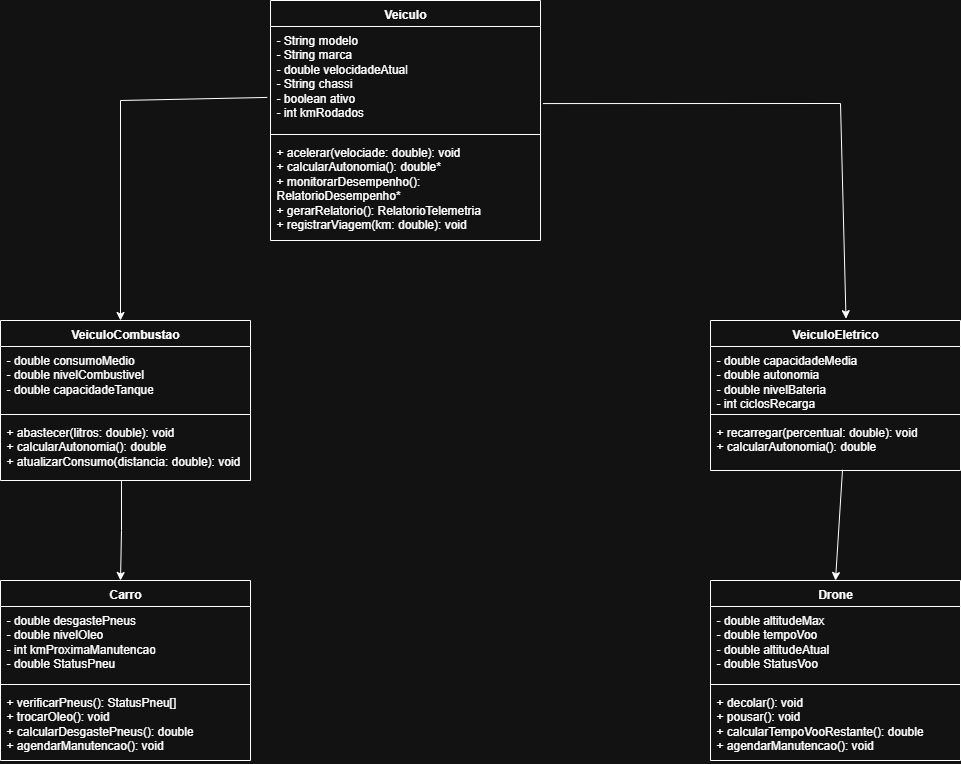
Above: UML.png in otaviotemoteo/vehicle_monitoring (draw.io), before the change. Source tidied: cells renumbered, new cells last; positions are measured from the earlier drawing's top-left corner, leaving out a move shared by most shapes.
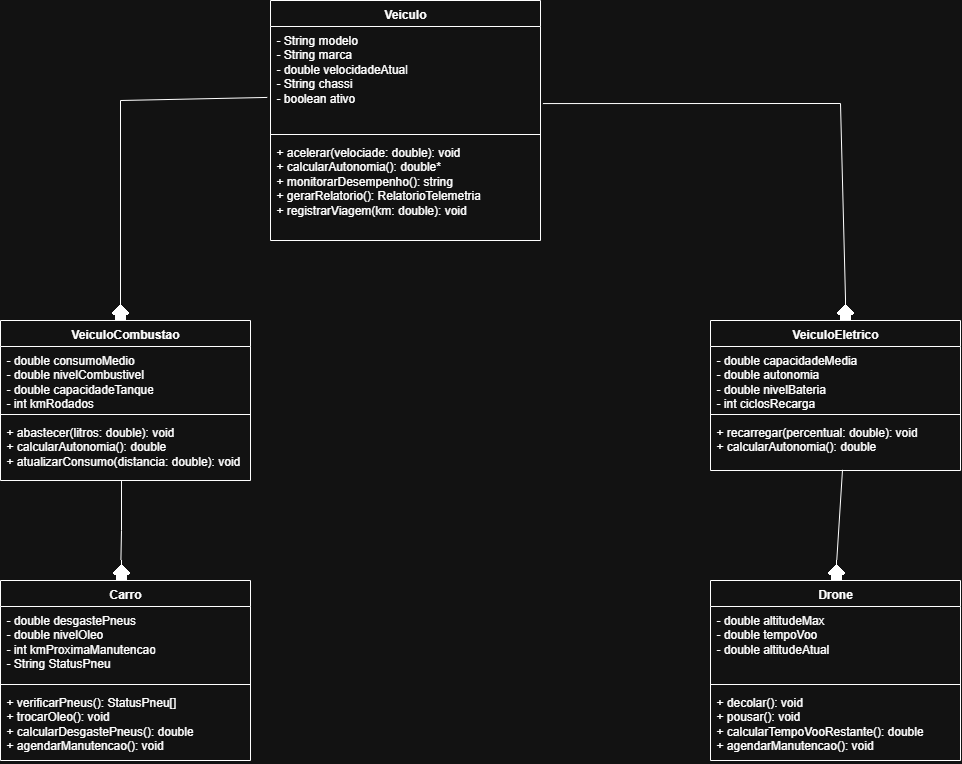
After the commit.

What changed in the source:
```diff
@@ -5,36 +5,36 @@
     <mxCell id="2" value="Veiculo" style="swimlane;fontStyle=1;align=center;verticalAlign=top;horizontal=1;startSize=26;whiteSpace=wrap;html=1;" parent="1" vertex="1">
       <mxGeometry x="270" width="270" height="240" as="geometry" />
     </mxCell>
-    <mxCell id="3" value="- String modelo&lt;div&gt;- String marca&lt;/div&gt;&lt;div&gt;- double velocidadeAtual&lt;div&gt;- String chassi&lt;/div&gt;&lt;div&gt;- boolean ativo&lt;div&gt;- int kmRodados&lt;/div&gt;&lt;div&gt;&lt;br&gt;&lt;/div&gt;&lt;/div&gt;&lt;/div&gt;&lt;div&gt;&lt;br&gt;&lt;/div&gt;" style="text;strokeColor=none;fillColor=none;align=left;verticalAlign=top;spacingLeft=4;spacingRight=4;overflow=hidden;points=[[0,0.5],[1,0.5]];portConstraint=eastwest;whiteSpace=wrap;html=1;" parent="2" vertex="1">
-      <mxGeometry y="26" width="270" height="104" as="geometry" />
-    </mxCell>
+    <mxCell id="26" value="- String modelo&lt;div&gt;- String marca&lt;/div&gt;&lt;div&gt;- double velocidadeAtual&lt;div&gt;- String chassi&lt;/div&gt;&lt;div&gt;- boolean ativo&lt;/div&gt;&lt;/div&gt;&lt;div&gt;&lt;br&gt;&lt;/div&gt;" style="text;strokeColor=none;fillColor=none;align=left;verticalAlign=top;spacingLeft=4;spacingRight=4;overflow=hidden;points=[[0,0.5],[1,0.5]];portConstraint=eastwest;whiteSpace=wrap;html=1;" parent="2" vertex="1">
+      <mxGeometry y="26" width="270" height="104" as="geometry" />
+    </mxCell>
     <mxCell id="4" style="line;strokeWidth=1;fillColor=none;align=left;verticalAlign=middle;spacingTop=-1;spacingLeft=3;spacingRight=3;labelPosition=right;strokeColor=inherit;" parent="2" vertex="1">
       <mxGeometry y="130" width="270" height="8" as="geometry" />
     </mxCell>
-    <mxCell id="5" value="+ acelerar(velociade: double): void&lt;div&gt;+ calcularAutonomia(): double*&lt;/div&gt;&lt;div&gt;+ monitorarDesempenho(): RelatorioDesempenho*&lt;/div&gt;&lt;div&gt;+ gerarRelatorio(): RelatorioTelemetria&lt;/div&gt;&lt;div&gt;+ registrarViagem(km: double): void&lt;/div&gt;" style="text;strokeColor=none;fillColor=none;align=left;verticalAlign=top;spacingLeft=4;spacingRight=4;overflow=hidden;whiteSpace=wrap;html=1;" parent="2" vertex="1">
-      <mxGeometry y="138" width="270" height="102" as="geometry" />
-    </mxCell>
+    <mxCell id="27" value="+ acelerar(velociade: double): void&lt;div&gt;+ calcularAutonomia(): double*&lt;/div&gt;&lt;div&gt;+ monitorarDesempenho(): string&lt;/div&gt;&lt;div&gt;+ gerarRelatorio(): RelatorioTelemetria&lt;/div&gt;&lt;div&gt;+ registrarViagem(km: double): void&lt;/div&gt;" style="text;strokeColor=none;fillColor=none;align=left;verticalAlign=top;spacingLeft=4;spacingRight=4;overflow=hidden;whiteSpace=wrap;html=1;" parent="2" vertex="1">
+      <mxGeometry y="138" width="270" height="102" as="geometry" />
+    </mxCell>
     <mxCell id="6" value="VeiculoCombustao" style="swimlane;fontStyle=1;align=center;verticalAlign=top;horizontal=1;startSize=26;whiteSpace=wrap;html=1;" parent="1" vertex="1">
       <mxGeometry y="320" width="250" height="160" as="geometry" />
     </mxCell>
-    <mxCell id="7" value="&lt;div&gt;- double consumoMedio&lt;/div&gt;&lt;div&gt;- double nivelCombustivel&lt;/div&gt;&lt;div&gt;- double capacidadeTanque&lt;/div&gt;" style="text;strokeColor=none;fillColor=none;align=left;verticalAlign=top;spacingLeft=4;spacingRight=4;overflow=hidden;whiteSpace=wrap;html=1;" parent="6" vertex="1">
-      <mxGeometry y="26" width="250" height="64" as="geometry" />
-    </mxCell>
-    <mxCell id="8" style="line;strokeWidth=1;fillColor=none;align=left;verticalAlign=middle;spacingTop=-1;spacingLeft=3;spacingRight=3;labelPosition=right;strokeColor=inherit;" parent="6" vertex="1">
-      <mxGeometry y="90" width="250" height="8" as="geometry" />
-    </mxCell>
+    <mxCell id="28" value="&lt;div&gt;- double consumoMedio&lt;/div&gt;&lt;div&gt;- double nivelCombustivel&lt;/div&gt;&lt;div&gt;- double capacidadeTanque&lt;/div&gt;&lt;div&gt;&lt;div&gt;- int kmRodados&lt;/div&gt;&lt;div&gt;&lt;br&gt;&lt;/div&gt;&lt;/div&gt;" style="text;strokeColor=none;fillColor=none;align=left;verticalAlign=top;spacingLeft=4;spacingRight=4;overflow=hidden;whiteSpace=wrap;html=1;" parent="6" vertex="1">
+      <mxGeometry y="26" width="250" height="64" as="geometry" />
+    </mxCell>
+    <mxCell id="29" style="line;strokeWidth=1;fillColor=none;align=left;verticalAlign=middle;spacingTop=-1;spacingLeft=3;spacingRight=3;labelPosition=right;strokeColor=inherit;" parent="6" vertex="1">
+      <mxGeometry y="90" width="250" height="8" as="geometry" />
+    </mxCell>
     <mxCell id="9" value="&lt;div&gt;+ abastecer(litros: double): void&lt;/div&gt;&lt;div&gt;+ calcularAutonomia(): double&lt;/div&gt;&lt;div&gt;&lt;span style=&quot;background-color: transparent; color: light-dark(rgb(0, 0, 0), rgb(255, 255, 255));&quot;&gt;+ atualizarConsumo(distancia: double): void&lt;/span&gt;&lt;/div&gt;" style="text;strokeColor=none;fillColor=none;align=left;verticalAlign=top;spacingLeft=4;spacingRight=4;overflow=hidden;points=[[0,0.5],[1,0.5]];portConstraint=eastwest;whiteSpace=wrap;html=1;" parent="6" vertex="1">
       <mxGeometry y="98" width="250" height="62" as="geometry" />
     </mxCell>
     <mxCell id="10" value="Carro" style="swimlane;fontStyle=1;align=center;verticalAlign=top;horizontal=1;startSize=26;whiteSpace=wrap;html=1;" parent="1" vertex="1">
       <mxGeometry y="580" width="250" height="180" as="geometry" />
     </mxCell>
-    <mxCell id="11" value="&lt;div&gt;- double desgastePneus&lt;/div&gt;&lt;div&gt;- double nivelOleo&lt;/div&gt;&lt;div&gt;- int kmProximaManutencao&lt;/div&gt;&lt;div&gt;- double StatusPneu&lt;/div&gt;" style="text;strokeColor=none;fillColor=none;align=left;verticalAlign=top;spacingLeft=4;spacingRight=4;overflow=hidden;whiteSpace=wrap;html=1;" parent="10" vertex="1">
-      <mxGeometry y="26" width="250" height="74" as="geometry" />
-    </mxCell>
-    <mxCell id="12" style="line;strokeWidth=1;fillColor=none;align=left;verticalAlign=middle;spacingTop=-1;spacingLeft=3;spacingRight=3;labelPosition=right;strokeColor=inherit;" parent="10" vertex="1">
-      <mxGeometry y="100" width="250" height="8" as="geometry" />
-    </mxCell>
+    <mxCell id="30" value="&lt;div&gt;- double desgastePneus&lt;/div&gt;&lt;div&gt;- double nivelOleo&lt;/div&gt;&lt;div&gt;- int kmProximaManutencao&lt;/div&gt;&lt;div&gt;- String StatusPneu&lt;/div&gt;" style="text;strokeColor=none;fillColor=none;align=left;verticalAlign=top;spacingLeft=4;spacingRight=4;overflow=hidden;whiteSpace=wrap;html=1;" parent="10" vertex="1">
+      <mxGeometry y="26" width="250" height="74" as="geometry" />
+    </mxCell>
+    <mxCell id="31" style="line;strokeWidth=1;fillColor=none;align=left;verticalAlign=middle;spacingTop=-1;spacingLeft=3;spacingRight=3;labelPosition=right;strokeColor=inherit;" parent="10" vertex="1">
+      <mxGeometry y="100" width="250" height="8" as="geometry" />
+    </mxCell>
     <mxCell id="13" value="&lt;div&gt;+ verificarPneus(): StatusPneu[]&lt;/div&gt;&lt;div&gt;+ trocarOleo(): void&lt;/div&gt;&lt;div&gt;+ calcularDesgastePneus(): double&lt;/div&gt;&lt;div&gt;+ agendarManutencao(): void&lt;/div&gt;" style="text;strokeColor=none;fillColor=none;align=left;verticalAlign=top;spacingLeft=4;spacingRight=4;overflow=hidden;whiteSpace=wrap;html=1;" parent="10" vertex="1">
       <mxGeometry y="108" width="250" height="72" as="geometry" />
     </mxCell>
@@ -44,45 +44,45 @@
     <mxCell id="15" value="&lt;div&gt;- double capacidadeMedia&lt;/div&gt;&lt;div&gt;- double autonomia&lt;/div&gt;&lt;div&gt;- double nivelBateria&lt;/div&gt;&lt;div&gt;- int ciclosRecarga&lt;/div&gt;" style="text;strokeColor=none;fillColor=none;align=left;verticalAlign=top;spacingLeft=4;spacingRight=4;overflow=hidden;whiteSpace=wrap;html=1;" parent="14" vertex="1">
       <mxGeometry y="26" width="250" height="64" as="geometry" />
     </mxCell>
-    <mxCell id="16" style="line;strokeWidth=1;fillColor=none;align=left;verticalAlign=middle;spacingTop=-1;spacingLeft=3;spacingRight=3;labelPosition=right;strokeColor=inherit;" parent="14" vertex="1">
-      <mxGeometry y="90" width="250" height="8" as="geometry" />
-    </mxCell>
+    <mxCell id="32" style="line;strokeWidth=1;fillColor=none;align=left;verticalAlign=middle;spacingTop=-1;spacingLeft=3;spacingRight=3;labelPosition=right;strokeColor=inherit;" parent="14" vertex="1">
+      <mxGeometry y="90" width="250" height="8" as="geometry" />
+    </mxCell>
     <mxCell id="17" value="&lt;div&gt;+ recarregar(percentual: double): void&lt;/div&gt;&lt;div&gt;+ calcularAutonomia(): double&lt;/div&gt;" style="text;strokeColor=none;fillColor=none;align=left;verticalAlign=top;spacingLeft=4;spacingRight=4;overflow=hidden;points=[[0,0.5],[1,0.5]];portConstraint=eastwest;whiteSpace=wrap;html=1;" parent="14" vertex="1">
       <mxGeometry y="98" width="250" height="52" as="geometry" />
     </mxCell>
     <mxCell id="18" value="Drone" style="swimlane;fontStyle=1;align=center;verticalAlign=top;horizontal=1;startSize=26;whiteSpace=wrap;html=1;" parent="1" vertex="1">
       <mxGeometry x="710" y="580" width="250" height="180" as="geometry" />
     </mxCell>
-    <mxCell id="19" value="&lt;div&gt;- double altitudeMax&lt;/div&gt;&lt;div&gt;- double tempoVoo&lt;/div&gt;&lt;div&gt;- double altitudeAtual&lt;/div&gt;&lt;div&gt;- double StatusVoo&lt;/div&gt;" style="text;strokeColor=none;fillColor=none;align=left;verticalAlign=top;spacingLeft=4;spacingRight=4;overflow=hidden;whiteSpace=wrap;html=1;" parent="18" vertex="1">
-      <mxGeometry y="26" width="250" height="74" as="geometry" />
-    </mxCell>
-    <mxCell id="20" style="line;strokeWidth=1;fillColor=none;align=left;verticalAlign=middle;spacingTop=-1;spacingLeft=3;spacingRight=3;labelPosition=right;strokeColor=inherit;" parent="18" vertex="1">
-      <mxGeometry y="100" width="250" height="8" as="geometry" />
-    </mxCell>
+    <mxCell id="33" value="&lt;div&gt;- double altitudeMax&lt;/div&gt;&lt;div&gt;- double tempoVoo&lt;/div&gt;&lt;div&gt;- double altitudeAtual&lt;/div&gt;" style="text;strokeColor=none;fillColor=none;align=left;verticalAlign=top;spacingLeft=4;spacingRight=4;overflow=hidden;whiteSpace=wrap;html=1;" parent="18" vertex="1">
+      <mxGeometry y="26" width="250" height="74" as="geometry" />
+    </mxCell>
+    <mxCell id="34" style="line;strokeWidth=1;fillColor=none;align=left;verticalAlign=middle;spacingTop=-1;spacingLeft=3;spacingRight=3;labelPosition=right;strokeColor=inherit;" parent="18" vertex="1">
+      <mxGeometry y="100" width="250" height="8" as="geometry" />
+    </mxCell>
     <mxCell id="21" value="&lt;div&gt;+ decolar(): void&lt;/div&gt;&lt;div&gt;+ pousar(): void&lt;/div&gt;&lt;div&gt;+ calcularTempoVooRestante(): double&lt;/div&gt;&lt;div&gt;+ agendarManutencao(): void&lt;/div&gt;" style="text;strokeColor=none;fillColor=none;align=left;verticalAlign=top;spacingLeft=4;spacingRight=4;overflow=hidden;whiteSpace=wrap;html=1;" parent="18" vertex="1">
       <mxGeometry y="108" width="250" height="72" as="geometry" />
     </mxCell>
-    <mxCell id="22" style="endArrow=classic;html=1;rounded=0;entryX=0.48;entryY=0;entryDx=0;entryDy=0;entryPerimeter=0;exitX=-0.012;exitY=0.682;exitDx=0;exitDy=0;exitPerimeter=0;" parent="1" edge="1" source="3" target="6">
-      <mxGeometry relative="1" as="geometry">
-        <Array as="points">
-          <mxPoint x="120" y="100" />
-        </Array>
-      </mxGeometry>
-    </mxCell>
+    <mxCell id="35" style="endArrow=classic;html=1;rounded=0;entryX=0.48;entryY=0;entryDx=0;entryDy=0;entryPerimeter=0;exitX=-0.012;exitY=0.682;exitDx=0;exitDy=0;exitPerimeter=0;" parent="1" edge="1" source="26" target="6">
+      <mxGeometry relative="1" as="geometry">
+        <Array as="points">
+          <mxPoint x="120" y="100" />
+        </Array>
+      </mxGeometry>
+    </mxCell>
-    <mxCell id="23" style="endArrow=classic;html=1;rounded=0;exitX=0.484;exitY=1.009;exitDx=0;exitDy=0;exitPerimeter=0;entryX=0.48;entryY=0;entryDx=0;entryDy=0;entryPerimeter=0;" parent="1" edge="1" source="9" target="10">
+    <mxCell id="23" style="endArrow=classic;html=1;rounded=0;exitX=0.484;exitY=1.009;exitDx=0;exitDy=0;exitPerimeter=0;entryX=0.48;entryY=0;entryDx=0;entryDy=0;entryPerimeter=0;startArrow=none;startFill=0;" parent="1" edge="1" source="9" target="10">
       <mxGeometry relative="1" as="geometry">
         <Array as="points">
           <mxPoint x="121" y="530" />
         </Array>
       </mxGeometry>
     </mxCell>
-    <mxCell id="24" style="endArrow=classic;html=1;rounded=0;entryX=0.542;entryY=-0.012;entryDx=0;entryDy=0;entryPerimeter=0;exitX=1.009;exitY=0.741;exitDx=0;exitDy=0;exitPerimeter=0;" parent="1" edge="1" source="3" target="14">
-      <mxGeometry relative="1" as="geometry">
-        <Array as="points">
-          <mxPoint x="840" y="103" />
-        </Array>
-      </mxGeometry>
-    </mxCell>
+    <mxCell id="36" style="endArrow=classic;html=1;rounded=0;entryX=0.542;entryY=-0.012;entryDx=0;entryDy=0;entryPerimeter=0;exitX=1.009;exitY=0.741;exitDx=0;exitDy=0;exitPerimeter=0;" parent="1" edge="1" source="26" target="14">
+      <mxGeometry relative="1" as="geometry">
+        <Array as="points">
+          <mxPoint x="840" y="103" />
+        </Array>
+      </mxGeometry>
+    </mxCell>
     <mxCell id="25" style="endArrow=classic;html=1;rounded=0;exitX=0.528;exitY=0.987;exitDx=0;exitDy=0;exitPerimeter=0;entryX=0.5;entryY=0;entryDx=0;entryDy=0;" parent="1" edge="1" source="17" target="18">
       <mxGeometry relative="1" as="geometry" />
     </mxCell>
```
